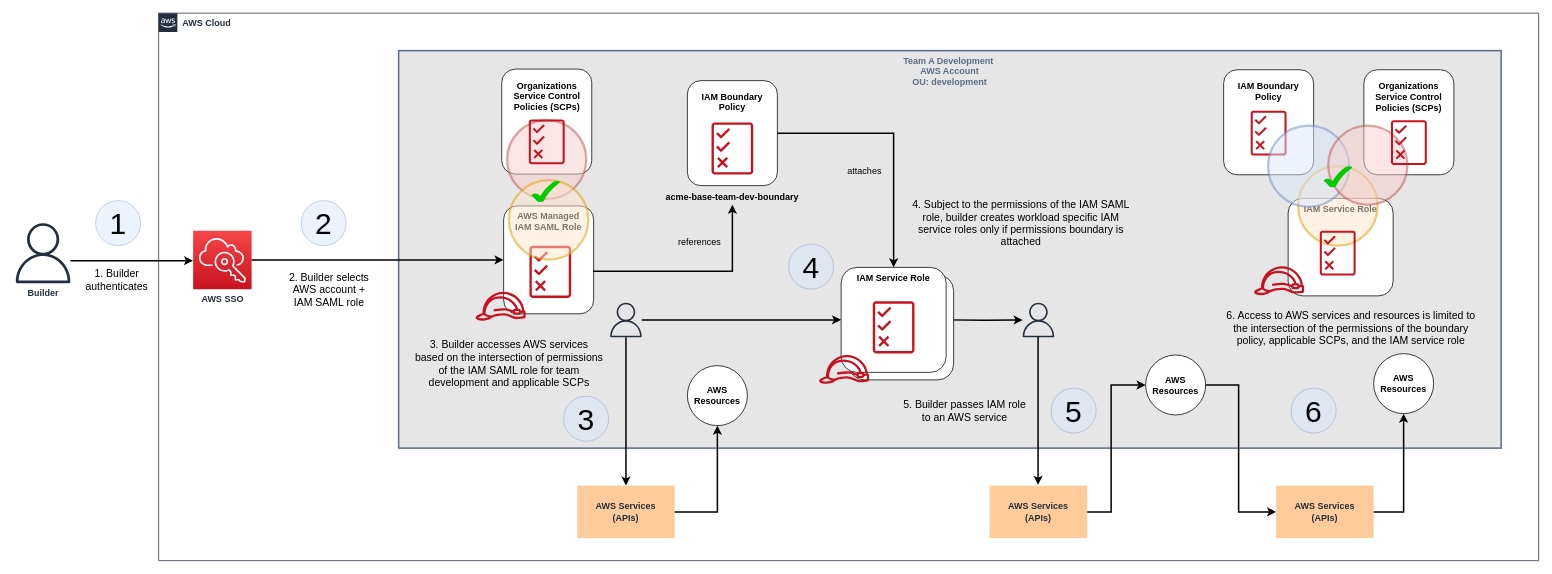
Before: page "team-dev-access-usage" (10 of 10) of drawings/initial-foundation.drawio in atimpone/aws-foundation-journey, a draw.io diagram. Source tidied: cells renumbered, new cells numbered last; positions are measured from the earlier drawing's top-left corner, leaving out a move shared by most shapes. Both pictures are drawn from the tidied source at 75%, with x=0, y=0 at pixel (13, 13).
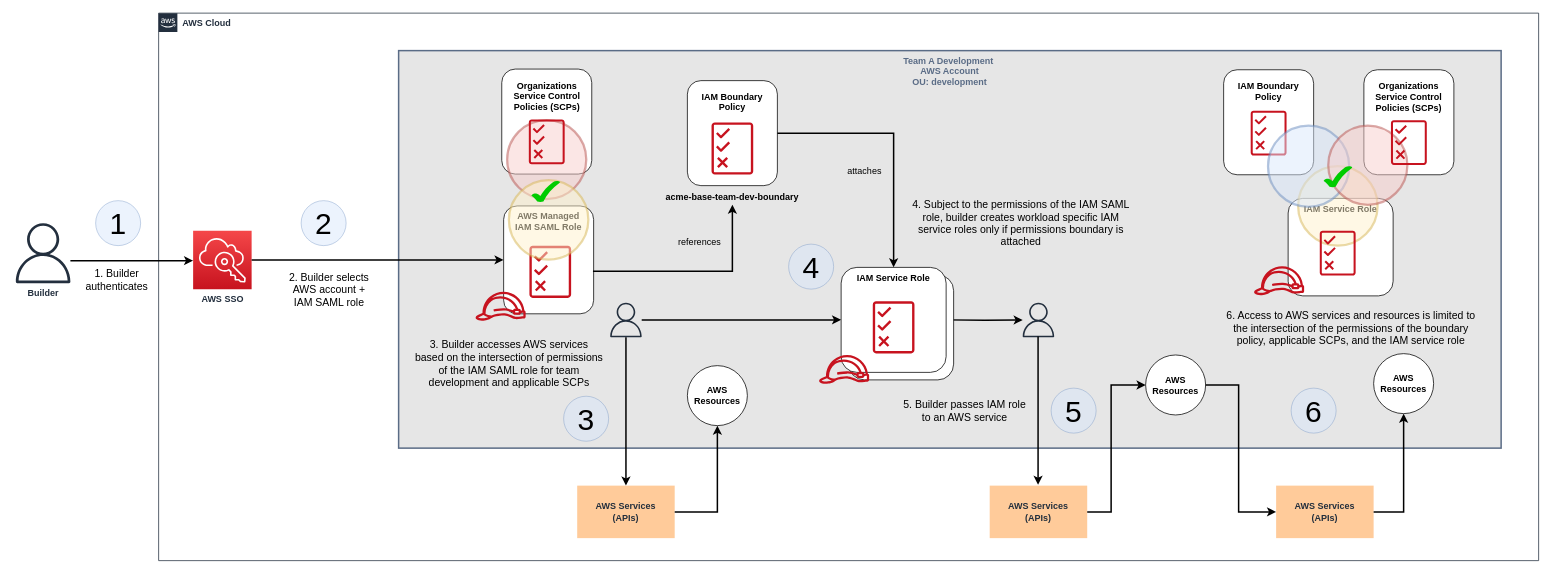
The same diagram, later.

Commit message (it also covers changes not shown here):
incorporate SCPs into diagram

What changed in the source:
```diff
@@
-    <mxCell id="53" style="ellipse;whiteSpace=wrap;html=1;labelBackgroundColor=none;opacity=50;fillColor=#ffe6cc;strokeColor=#d79b00;strokeWidth=3;" parent="1" vertex="1">
+    <mxCell id="53" style="ellipse;whiteSpace=wrap;html=1;labelBackgroundColor=none;opacity=50;fillColor=#fff2cc;strokeColor=#d6b656;strokeWidth=3;" parent="1" vertex="1">
       <mxGeometry x="1713.3" y="204" width="106" height="106" as="geometry" />
     </mxCell>
@@
-    <mxCell id="63" style="ellipse;whiteSpace=wrap;html=1;labelBackgroundColor=none;opacity=50;fillColor=#ffe6cc;strokeColor=#d79b00;strokeWidth=3;" parent="1" vertex="1">
+    <mxCell id="63" style="ellipse;whiteSpace=wrap;html=1;labelBackgroundColor=none;opacity=50;fillColor=#fff2cc;strokeColor=#d6b656;strokeWidth=3;" parent="1" vertex="1">
       <mxGeometry x="661" y="222.6" width="106" height="106" as="geometry" />
     </mxCell>
```
